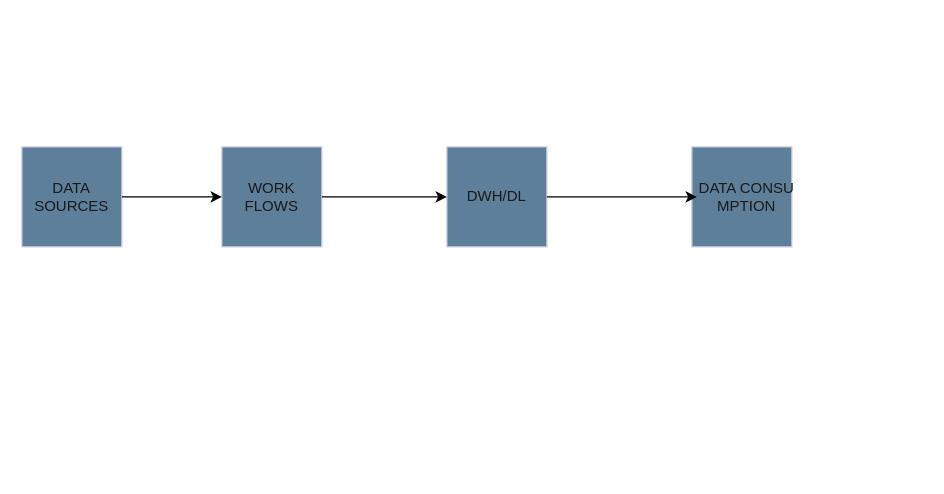
The draw.io diagram datasources.drawio in anapitalai/diagrams, before the edit. Source tidied: cells renumbered, new cells numbered last; positions are measured from the earlier drawing's top-left corner, leaving out a move shared by most shapes. Both pictures are drawn from the tidied source at 125%, with x=0, y=0 at pixel (21, 146).
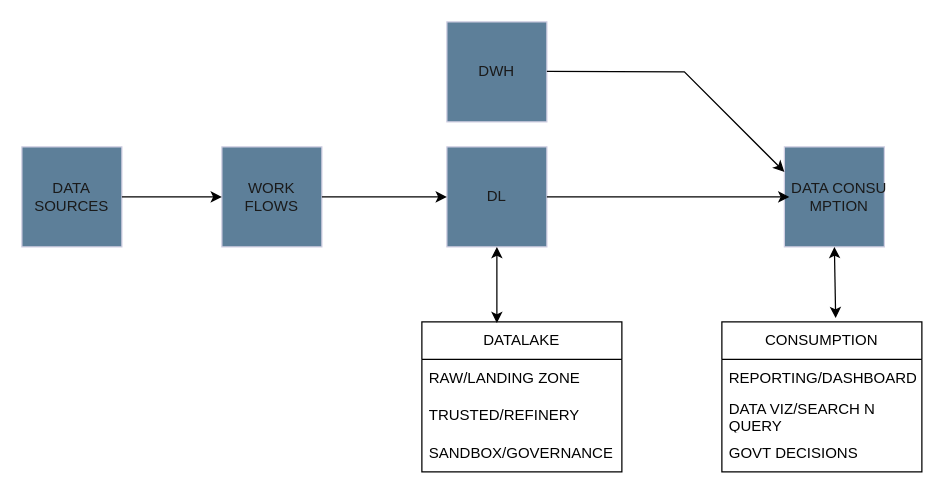
The same page after the edit.

Diff of the diagram source:
```diff
@@
-    <mxCell id="5" value="DWH/DL" style="text;html=1;align=center;verticalAlign=middle;whiteSpace=wrap;rounded=0;labelBackgroundColor=none;fontColor=#1A1A1A;" parent="1" vertex="1">
+    <mxCell id="5" value="DL" style="text;html=1;align=center;verticalAlign=middle;whiteSpace=wrap;rounded=0;labelBackgroundColor=none;fontColor=#1A1A1A;" parent="1" vertex="1">
       <mxGeometry x="350" y="25" width="60" height="30" as="geometry" />
     </mxCell>
@@
     <mxCell id="8" style="whiteSpace=wrap;html=1;labelBackgroundColor=none;fillColor=#5D7F99;strokeColor=#D0CEE2;fontColor=#1A1A1A;" parent="1" vertex="1">
-      <mxGeometry x="536" width="80" height="80" as="geometry" />
+      <mxGeometry x="610" width="80" height="80" as="geometry" />
     </mxCell>
     <mxCell id="9" value="DATA CONSU&lt;div&gt;MPTION&lt;/div&gt;" style="text;html=1;align=center;verticalAlign=middle;whiteSpace=wrap;rounded=0;labelBackgroundColor=none;fontColor=#1A1A1A;" parent="1" vertex="1">
-      <mxGeometry x="540" y="25" width="80" height="30" as="geometry" />
+      <mxGeometry x="614" y="25" width="80" height="30" as="geometry" />
     </mxCell>
@@
+    <mxCell id="13" value="DATALAKE" style="swimlane;fontStyle=0;horizontal=1;startSize=30;whiteSpace=wrap;html=1;" parent="1" vertex="1">
+      <mxGeometry x="320" y="140" width="160" height="120" as="geometry" />
+    </mxCell>
+    <mxCell id="14" value="RAW/LANDING ZONE" style="text;strokeColor=none;fillColor=none;align=left;verticalAlign=middle;spacingLeft=4;spacingRight=4;overflow=hidden;whiteSpace=wrap;html=1;" parent="13" vertex="1">
+      <mxGeometry y="30" width="160" height="30" as="geometry" />
+    </mxCell>
+    <mxCell id="15" value="TRUSTED/REFINERY" style="text;strokeColor=none;fillColor=none;align=left;verticalAlign=middle;spacingLeft=4;spacingRight=4;overflow=hidden;whiteSpace=wrap;html=1;" parent="13" vertex="1">
+      <mxGeometry y="60" width="160" height="30" as="geometry" />
+    </mxCell>
+    <mxCell id="16" value="SANDBOX/GOVERNANCE" style="text;strokeColor=none;fillColor=none;align=left;verticalAlign=middle;spacingLeft=4;spacingRight=4;overflow=hidden;whiteSpace=wrap;html=1;" parent="13" vertex="1">
+      <mxGeometry y="90" width="160" height="30" as="geometry" />
+    </mxCell>
+    <mxCell id="17" style="whiteSpace=wrap;html=1;labelBackgroundColor=none;fillColor=#5D7F99;strokeColor=#D0CEE2;fontColor=#1A1A1A;" parent="1" vertex="1">
+      <mxGeometry x="340" y="-100" width="80" height="80" as="geometry" />
+    </mxCell>
+    <mxCell id="18" value="DWH" style="text;html=1;align=center;verticalAlign=middle;whiteSpace=wrap;rounded=0;labelBackgroundColor=none;fontColor=#1A1A1A;" parent="1" vertex="1">
+      <mxGeometry x="350" y="-75" width="60" height="30" as="geometry" />
+    </mxCell>
+    <mxCell id="19" style="endArrow=classic;html=1;rounded=0;entryX=0;entryY=0.25;entryDx=0;entryDy=0;" parent="1" edge="1" target="8">
+      <mxGeometry relative="1" as="geometry">
+        <mxPoint x="420" y="-60.5" as="sourcePoint" />
+        <Array as="points">
+          <mxPoint x="530" y="-60" />
+        </Array>
+      </mxGeometry>
+    </mxCell>
+    <mxCell id="20" value="CONSUMPTION" style="swimlane;fontStyle=0;horizontal=1;startSize=30;whiteSpace=wrap;html=1;" parent="1" vertex="1">
+      <mxGeometry x="560" y="140" width="160" height="120" as="geometry" />
+    </mxCell>
+    <mxCell id="21" value="REPORTING/DASHBOARD" style="text;strokeColor=none;fillColor=none;align=left;verticalAlign=middle;spacingLeft=4;spacingRight=4;overflow=hidden;whiteSpace=wrap;html=1;" parent="20" vertex="1">
+      <mxGeometry y="30" width="160" height="30" as="geometry" />
+    </mxCell>
+    <mxCell id="22" value="DATA VIZ/SEARCH N QUERY" style="text;strokeColor=none;fillColor=none;align=left;verticalAlign=middle;spacingLeft=4;spacingRight=4;overflow=hidden;whiteSpace=wrap;html=1;" parent="20" vertex="1">
+      <mxGeometry y="60" width="160" height="30" as="geometry" />
+    </mxCell>
+    <mxCell id="23" value="GOVT DECISIONS" style="text;strokeColor=none;fillColor=none;align=left;verticalAlign=middle;spacingLeft=4;spacingRight=4;overflow=hidden;whiteSpace=wrap;html=1;" parent="20" vertex="1">
+      <mxGeometry y="90" width="160" height="30" as="geometry" />
+    </mxCell>
+    <mxCell id="24" style="endArrow=classic;startArrow=classic;html=1;rounded=0;exitX=0.375;exitY=0.008;exitDx=0;exitDy=0;exitPerimeter=0;" parent="1" edge="1" source="13">
+      <mxGeometry relative="1" as="geometry">
+        <mxPoint x="380" y="80" as="targetPoint" />
+      </mxGeometry>
+    </mxCell>
+    <mxCell id="25" style="endArrow=classic;startArrow=classic;html=1;rounded=0;exitX=0.569;exitY=-0.025;exitDx=0;exitDy=0;exitPerimeter=0;" parent="1" edge="1" source="20">
+      <mxGeometry relative="1" as="geometry">
+        <mxPoint x="650" y="80" as="targetPoint" />
+      </mxGeometry>
+    </mxCell>
```
